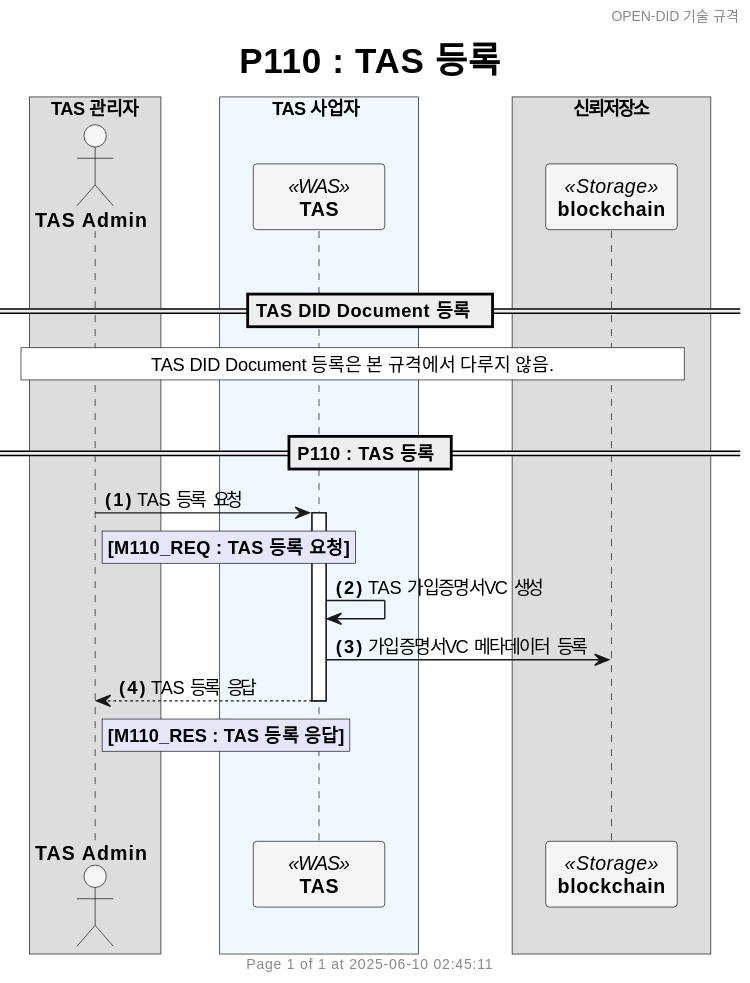
OmniOneID/did-doc-architecture keeps this PlantUML diagram as docs/sequence/simple/images/P110_register_tas_simple_ko.svg. Above is the earlier version.
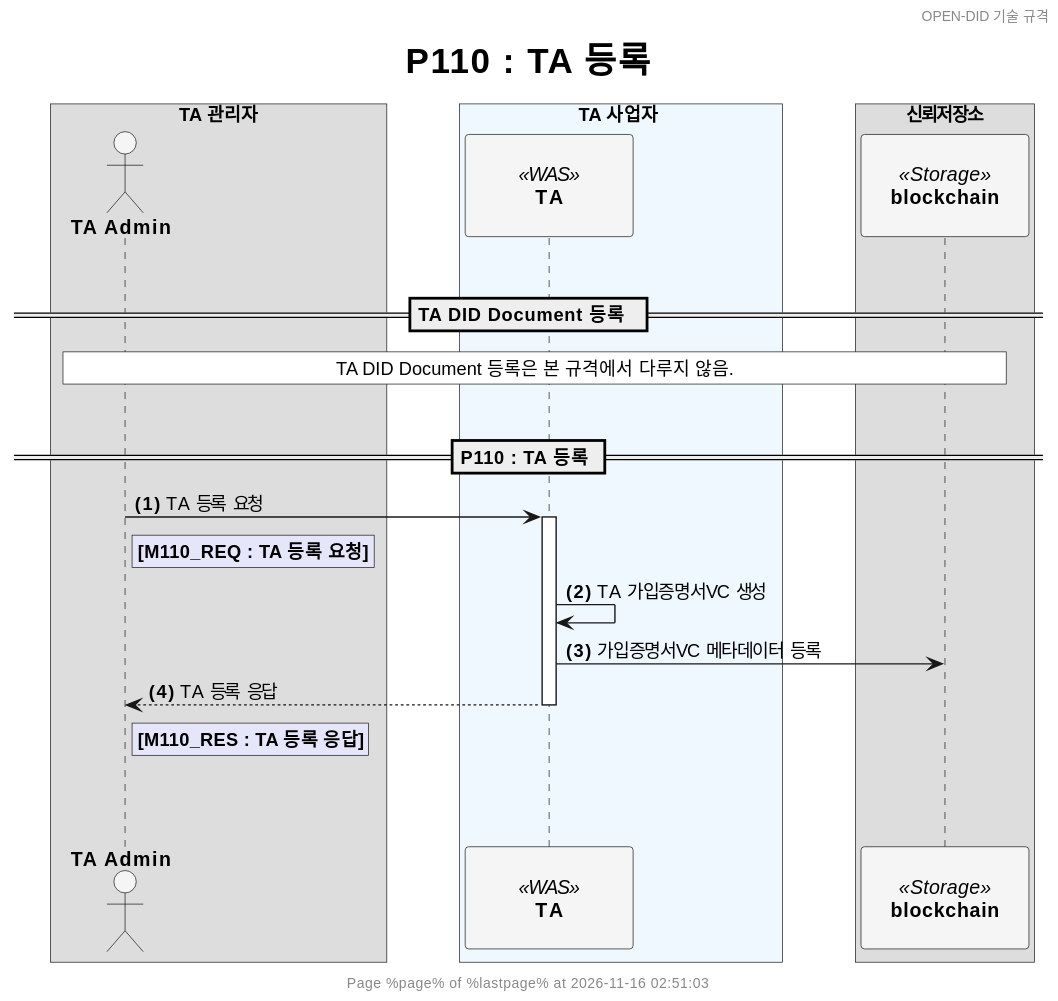
After the commit.

What changed in the source:
```diff
@@ -5,22 +5,26 @@
 end footer
 
 title
-	<size:25>P110 : TAS 등록</size>
+	<size:25>P110 : TA 등록</size>
 end title
 
 autonumber "<b>(#)</b>"
 
-skinparam ParticipantPadding 20
+<style>
+participant {
+  Padding 20
+}
+</style>
 skinparam BoxPadding 20
 skinparam MaxMessageSize 500
 skinparam MinClassWidth 80
 
-box TAS 관리자
-    actor "**TAS Admin**" as ADMIN #WhiteSmoke
+box TA 관리자
+    actor "**TA Admin**" as ADMIN #WhiteSmoke
 end box
 
-box TAS 사업자 #AliceBlue
-    participant "**TAS**" as TAS <<WAS>> #WhiteSmoke
+box TA 사업자 #AliceBlue
+    participant "**TA**" as TA <<WAS>> #WhiteSmoke
 end box
 
 
@@ -33,25 +37,25 @@
 
 |||
 
-== TAS DID Document 등록  ==
+== TA DID Document 등록  ==
 rnote across #white
-    TAS DID Document 등록은 본 규격에서 다루지 않음.
+    TA DID Document 등록은 본 규격에서 다루지 않음.
 end note
 
 |||
 
-== P110 : TAS 등록 ==
-ADMIN -> TAS++: TAS 등록 요청
+== P110 : TA 등록 ==
+ADMIN -> TA++: TA 등록 요청
 rnote right of ADMIN #Lavender
-    **[M110_REQ : TAS 등록 요청]**
+    **[M110_REQ : TA 등록 요청]**
 end note
 
-TAS -> TAS : TAS 가입증명서VC 생성
-TAS -> BC : 가입증명서VC 메타데이터 등록
+TA -> TA : TA 가입증명서VC 생성
+TA -> BC : 가입증명서VC 메타데이터 등록
 
-TAS --> ADMIN--: TAS 등록 응답
+TA --> ADMIN--: TA 등록 응답
 rnote right of ADMIN #Lavender
-    **[M110_RES : TAS 등록 응답]**
+    **[M110_RES : TA 등록 응답]**
 end note
 
 |||
```
